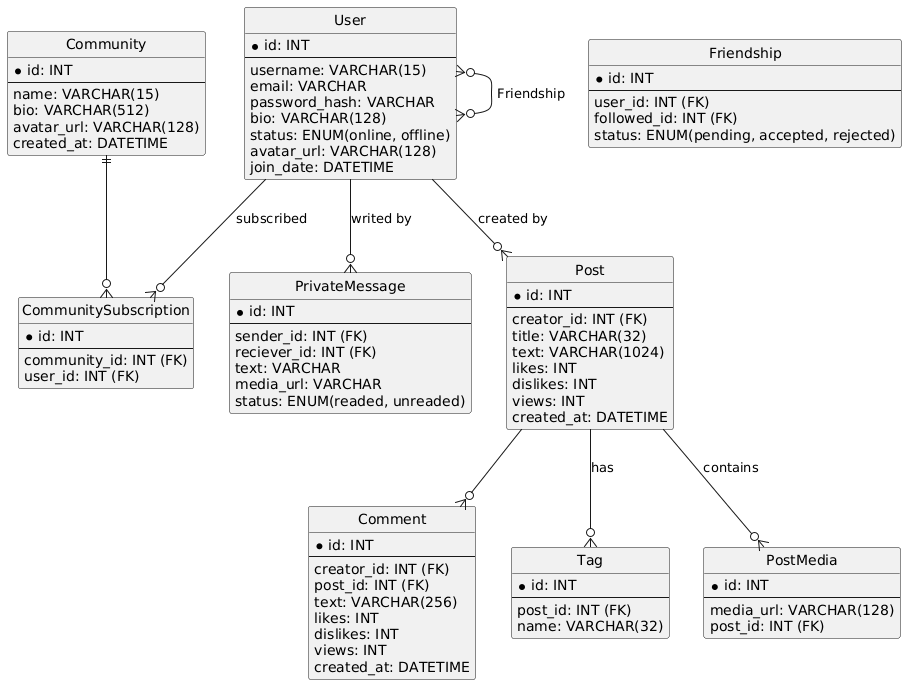
fakeowl1/microblog-api keeps this PlantUML diagram as docs/ERD diagrams/PlantUML/plantuml.png. Above is the earlier version. The source it was exported from:
```plantuml
@startuml
hide circle

entity "User" as User {
  *id: INT
  --
  username: VARCHAR(15)
  email: VARCHAR
  password_hash: VARCHAR
  bio: VARCHAR(128)
  status: ENUM(online, offline)
  avatar_url: VARCHAR(128)
  join_date: DATETIME
}

entity "Comment" as Comment {
  *id: INT
  --
  creator_id: INT (FK)
  post_id: INT (FK)
  text: VARCHAR(256)
  likes: INT
  dislikes: INT
  views: INT
  created_at: DATETIME
}

entity "Post" as Post {
  *id: INT
  --
  creator_id: INT (FK)
  title: VARCHAR(32)
  text: VARCHAR(1024)
  likes: INT
  dislikes: INT
  views: INT
  created_at: DATETIME
}

entity "Tag" as Tag {
  *id: INT
  --
  post_id: INT (FK)
  name: VARCHAR(32)
}

entity "PostMedia" as PostMedia {
  *id: INT
  --
  media_url: VARCHAR(128)
  post_id: INT (FK)
}

entity "Community" as Community {
  *id: INT
  --
  name: VARCHAR(15)
  bio: VARCHAR(512)
  avatar_url: VARCHAR(128)
  created_at: DATETIME
}

entity "CommunitySubscription" as CommunitySubscription {
  *id: INT
  --
  community_id: INT (FK)
  user_id: INT (FK)
}

entity "Friendship" as Friendship {
  *id: INT
  --
  user_id: INT (FK)
  followed_id: INT (FK)
  status: ENUM(pending, accepted, rejected)
}

entity "PrivateMessage" as PrivateMessage {
  *id: INT
  --
  sender_id: INT (FK)
  reciever_id: INT (FK)
  text: VARCHAR
  media_url: VARCHAR
  status: ENUM(readed, unreaded)
}

Post --o{ Tag : has
Post --o{ Comment
Post --o{ PostMedia: contains
User --o{ Post: created by

User --o{ CommunitySubscription: subscribed
Community ||--o{ CommunitySubscription

User --o{ PrivateMessage: writed by

User }o--o{ User : Friendship

@enduml
```
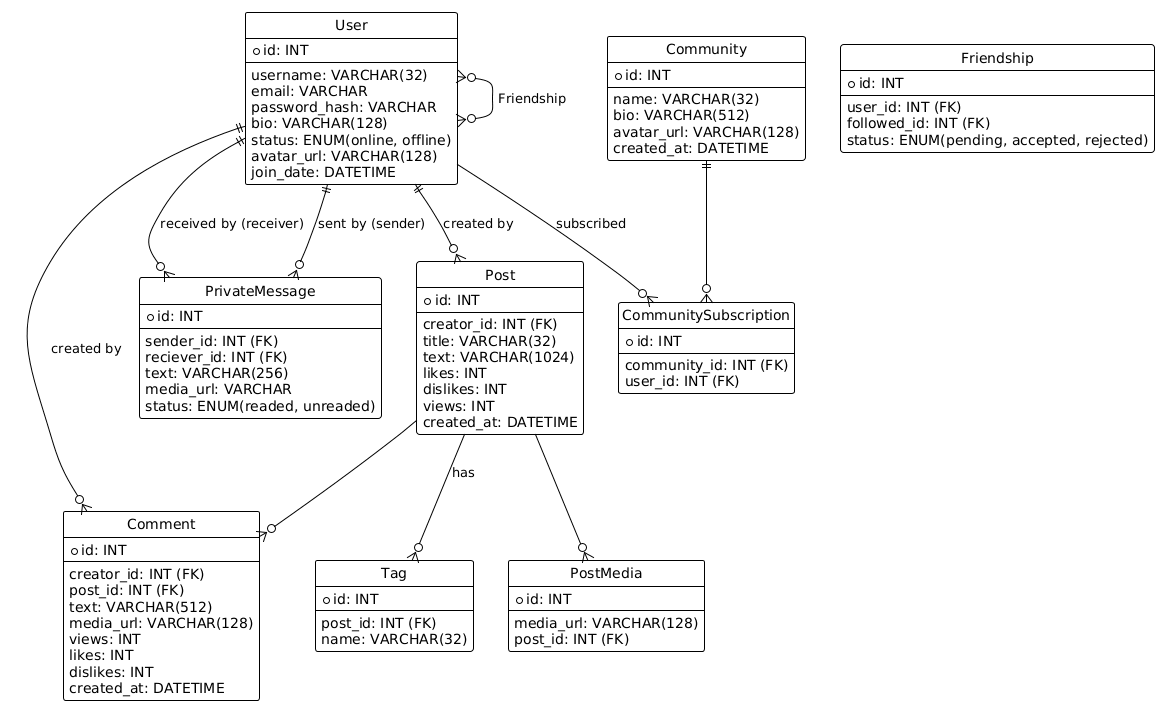
The same file after the commit.

Diff of the diagram source:
```diff
@@ -1,10 +1,11 @@
 @startuml
 hide circle
+!theme plain
 
 entity "User" as User {
   *id: INT
   --
-  username: VARCHAR(15)
+  username: VARCHAR(32)
   email: VARCHAR
   password_hash: VARCHAR
   bio: VARCHAR(128)
@@ -18,10 +19,11 @@
   --
   creator_id: INT (FK)
   post_id: INT (FK)
-  text: VARCHAR(256)
+  text: VARCHAR(512)
+  media_url: VARCHAR(128)
+  views: INT
   likes: INT
   dislikes: INT
-  views: INT
   created_at: DATETIME
 }
 
@@ -54,7 +56,7 @@
 entity "Community" as Community {
   *id: INT
   --
-  name: VARCHAR(15)
+  name: VARCHAR(32)
   bio: VARCHAR(512)
   avatar_url: VARCHAR(128)
   created_at: DATETIME
@@ -80,21 +82,26 @@
   --
   sender_id: INT (FK)
   reciever_id: INT (FK)
-  text: VARCHAR
+  text: VARCHAR(256)
   media_url: VARCHAR
   status: ENUM(readed, unreaded)
 }
 
 Post --o{ Tag : has
+
 Post --o{ Comment
-Post --o{ PostMedia: contains
-User --o{ Post: created by
+
+Post --o{ PostMedia
+
+User ||--o{ Post: created by
+User ||--o{ Comment: created by
 
 User --o{ CommunitySubscription: subscribed
 Community ||--o{ CommunitySubscription
 
-User --o{ PrivateMessage: writed by
-
 User }o--o{ User : Friendship
 
+User ||--o{ PrivateMessage: sent by (sender)
+User ||--o{ PrivateMessage: received by (receiver)
+
 @enduml
```
